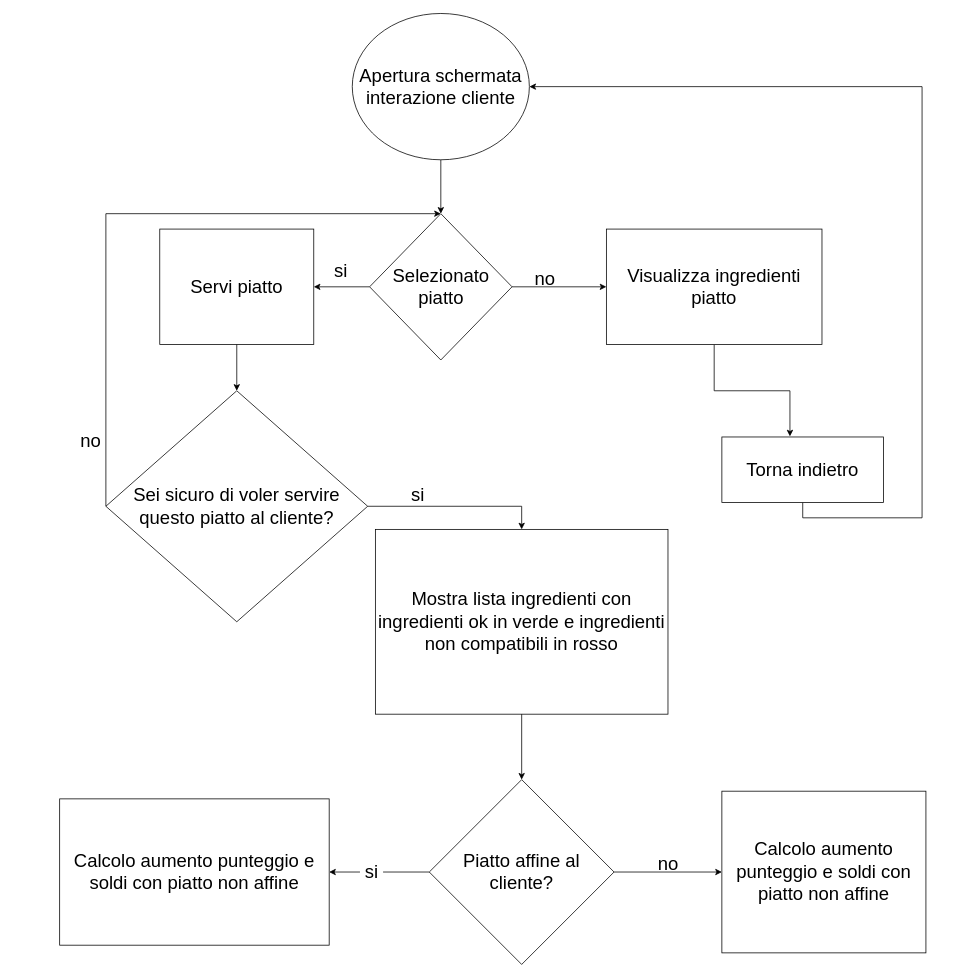
This is doc/Progetti Drawio/FlowChart/FlowchartInterazioneConCliente.drawio from zSavT/Healthy-Catering, a draw.io file, before an edit. Source tidied: cells renumbered, new cells numbered last; positions are measured from the earlier drawing's top-left corner, leaving out a move shared by most shapes. Both pictures are drawn from the tidied source at 77%, with x=0, y=0 at pixel (59, 13).
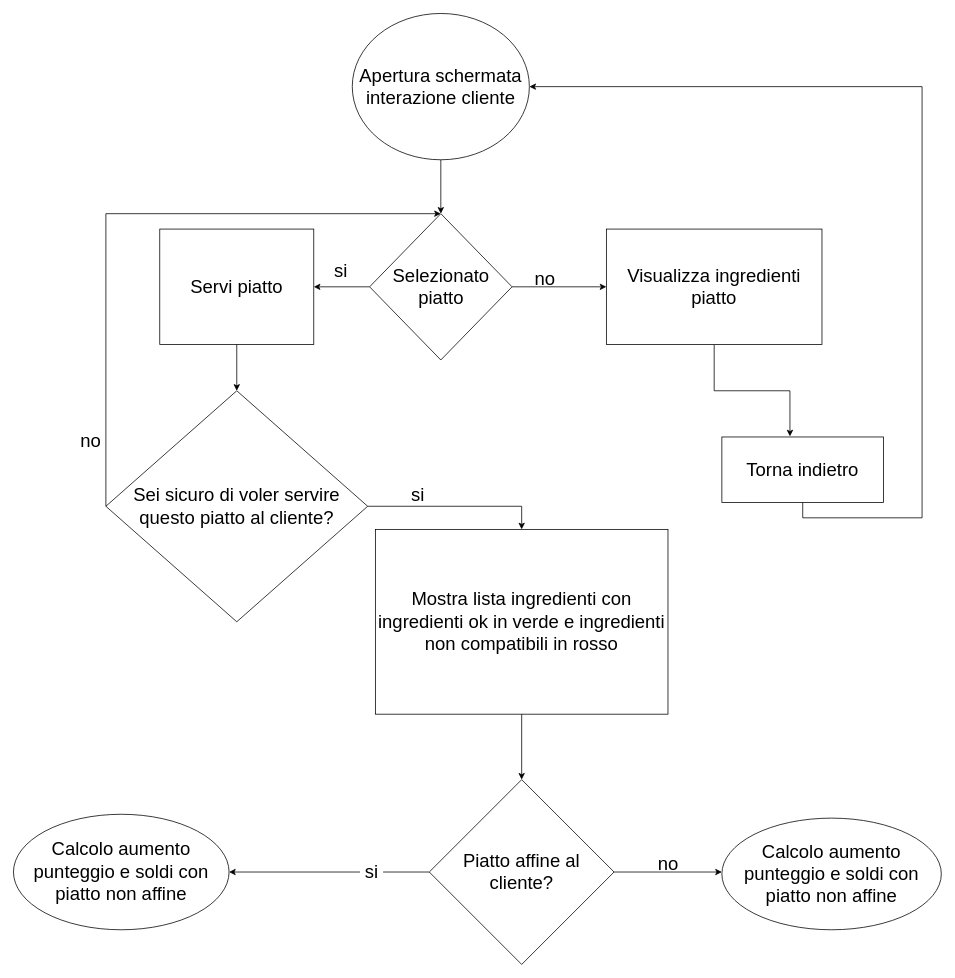
After the change.

The change refers to these unchanged cells:
```xml
<mxCell id="14" value="Piatto affine al cliente?" style="rhombus;whiteSpace=wrap;html=1;fontSize=24;" parent="1" vertex="1">
  <mxGeometry x="480" y="995" width="240" height="240" as="geometry" />
</mxCell>
<mxCell id="26" value="si" style="text;html=1;align=center;verticalAlign=middle;points=[];strokeColor=none;fillColor=none;fontSize=24;" parent="1" vertex="1">
  <mxGeometry x="390" y="1100" width="30" height="30" as="geometry" />
</mxCell>
```

Change to the diagram source:
```diff
@@
-    <mxCell id="13" style="edgeStyle=orthogonalEdgeStyle;rounded=0;jettySize=auto;html=1;entryX=1;entryY=0.5;entryDx=0;entryDy=0;startArrow=none;fontSize=24;" parent="1" edge="1" source="26" target="16">
+    <mxCell id="13" style="edgeStyle=orthogonalEdgeStyle;rounded=0;jettySize=auto;html=1;entryX=1;entryY=0.5;entryDx=0;entryDy=0;startArrow=none;fontSize=24;" parent="1" edge="1" source="26" target="30">
       <mxGeometry relative="1" as="geometry" />
     </mxCell>
@@
-    <mxCell id="15" value="Calcolo aumento punteggio e soldi con piatto non affine" style="rounded=0;whiteSpace=wrap;html=1;fontSize=24;" parent="1" vertex="1">
-      <mxGeometry x="860" y="1010" width="265" height="210" as="geometry" />
-    </mxCell>
-    <mxCell id="16" value="Calcolo aumento punteggio e soldi con piatto non affine" style="rounded=0;whiteSpace=wrap;html=1;fontSize=24;" parent="1" vertex="1">
-      <mxGeometry y="1020" width="350" height="190" as="geometry" />
-    </mxCell>
@@
-    <mxCell id="29" style="endArrow=classic;html=1;rounded=0;exitX=1;exitY=0.5;exitDx=0;exitDy=0;entryX=0;entryY=0.5;entryDx=0;entryDy=0;" parent="1" edge="1" source="14" target="15">
-      <mxGeometry relative="1" as="geometry" />
+    <mxCell id="29" style="endArrow=classic;html=1;rounded=0;exitX=1;exitY=0.5;exitDx=0;exitDy=0;entryX=0;entryY=0.5;entryDx=0;entryDy=0;" parent="1" edge="1" source="14">
+      <mxGeometry relative="1" as="geometry">
+        <mxPoint x="860" y="1115" as="targetPoint" />
+      </mxGeometry>
     </mxCell>
+    <mxCell id="30" value="&lt;span style=&quot;font-size: 24px;&quot;&gt;Calcolo aumento punteggio e soldi con piatto non affine&lt;/span&gt;" style="ellipse;whiteSpace=wrap;html=1;" parent="1" vertex="1">
+      <mxGeometry x="-60" y="1040" width="280" height="150" as="geometry" />
+    </mxCell>
+    <mxCell id="31" value="&lt;span style=&quot;font-size: 24px;&quot;&gt;Calcolo aumento punteggio e soldi con piatto non affine&lt;/span&gt;" style="ellipse;whiteSpace=wrap;html=1;" parent="1" vertex="1">
+      <mxGeometry x="860" y="1045" width="285" height="145" as="geometry" />
+    </mxCell>
```
